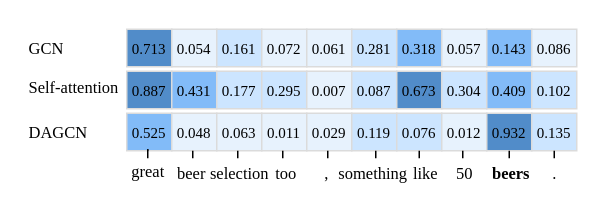
The draw.io diagram case study.drawio in zhaicao/images, before the edit. Source tidied: cells renumbered, new cells numbered last; positions are measured from the earlier drawing's top-left corner, leaving out a move shared by most shapes. Both pictures are drawn from the tidied source at 150%, with x=0, y=0 at pixel (26, 26).
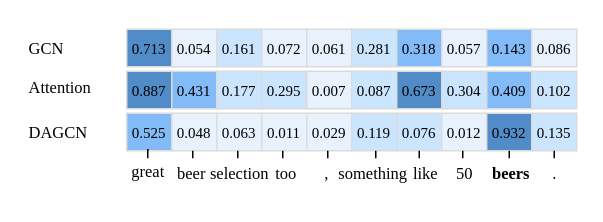
After the change.

Change to the diagram source:
```diff
@@
-    <mxCell id="53" value="Self-attention" style="text;html=1;align=left;verticalAlign=middle;strokeColor=none;fillColor=none;fontSize=11;fontFamily=Times New Roman;" parent="1" vertex="1">
-      <mxGeometry y="25.5" width="80" height="30" as="geometry" />
+    <mxCell id="53" value="Attention" style="text;html=1;align=left;verticalAlign=middle;strokeColor=none;fillColor=none;fontSize=11;fontFamily=Times New Roman;" parent="1" vertex="1">
+      <mxGeometry y="25.5" width="70" height="30" as="geometry" />
     </mxCell>
```
